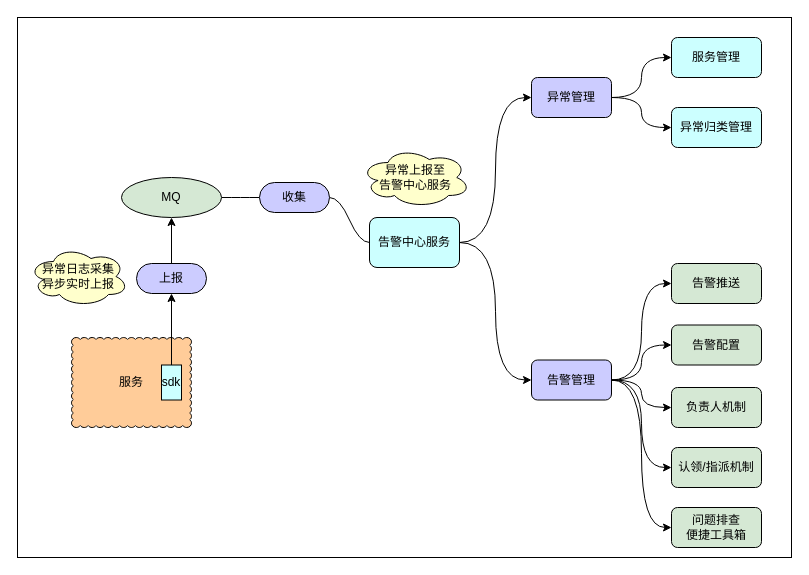
Above: page "第 5 页" (5 of 5) of 卖场/reentrantlock.drawio in lxcy-kdz/draw (draw.io), before the change. Source tidied: cells renumbered, new cells numbered last; positions are measured from the earlier drawing's top-left corner, leaving out a move shared by most shapes. Both pictures are drawn from the tidied source at 100%, with x=0, y=0 at pixel (17, 17).
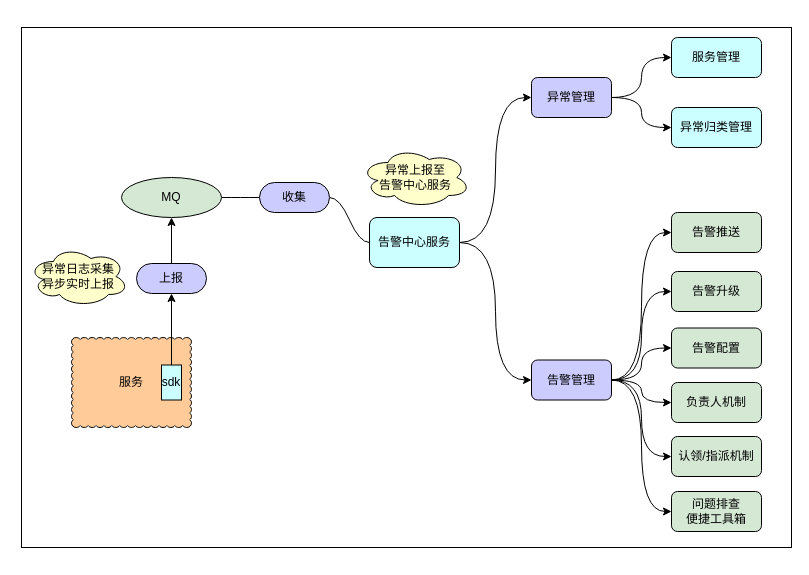
The same diagram, later.

Unchanged cells that the change refers to:
```xml
<mxCell id="27" value="告警管理" style="rounded=1;whiteSpace=wrap;html=1;fillColor=#CCCCFF;" parent="1" vertex="1">
  <mxGeometry x="514" y="342.5" width="80" height="40" as="geometry" />
</mxCell>
```

What changed in the source:
```diff
@@
     <mxCell id="2" style="rounded=0;whiteSpace=wrap;html=1;fillColor=#FFFFFF;" parent="1" vertex="1">
-      <mxGeometry width="774" height="540" as="geometry" />
+      <mxGeometry x="4" y="10" width="770" height="520" as="geometry" />
     </mxCell>
@@
+    <mxCell id="33" style="edgeStyle=orthogonalEdgeStyle;curved=1;rounded=0;jettySize=auto;html=1;exitX=1;exitY=0.5;exitDx=0;exitDy=0;entryX=0;entryY=0.5;entryDx=0;entryDy=0;" parent="1" edge="1" source="27" target="34">
+      <mxGeometry relative="1" as="geometry" />
+    </mxCell>
@@
     <mxCell id="28" value="告警推送" style="whiteSpace=wrap;html=1;rounded=1;fillColor=#D5E8D4;" parent="1" vertex="1">
-      <mxGeometry x="654" y="246" width="90" height="40" as="geometry" />
+      <mxGeometry x="654" y="195" width="90" height="40" as="geometry" />
     </mxCell>
     <mxCell id="29" value="负责人机制" style="whiteSpace=wrap;html=1;rounded=1;fillColor=#D5E8D4;" parent="1" vertex="1">
-      <mxGeometry x="654" y="370" width="90" height="40" as="geometry" />
+      <mxGeometry x="654" y="365" width="90" height="40" as="geometry" />
     </mxCell>
     <mxCell id="30" value="认领/指派机制" style="whiteSpace=wrap;html=1;rounded=1;fillColor=#D5E8D4;" parent="1" vertex="1">
-      <mxGeometry x="654" y="430" width="90" height="40" as="geometry" />
+      <mxGeometry x="654" y="419" width="90" height="40" as="geometry" />
     </mxCell>
     <mxCell id="31" value="问题排查&lt;br&gt;便捷工具箱" style="whiteSpace=wrap;html=1;rounded=1;fillColor=#D5E8D4;" parent="1" vertex="1">
-      <mxGeometry x="654" y="490" width="90" height="40" as="geometry" />
+      <mxGeometry x="654" y="474" width="90" height="40" as="geometry" />
     </mxCell>
     <mxCell id="32" value="告警配置" style="whiteSpace=wrap;html=1;rounded=1;fillColor=#D5E8D4;" parent="1" vertex="1">
-      <mxGeometry x="654" y="307.5" width="90" height="40" as="geometry" />
+      <mxGeometry x="654" y="310.5" width="90" height="40" as="geometry" />
     </mxCell>
+    <mxCell id="34" value="告警升级" style="whiteSpace=wrap;html=1;rounded=1;fillColor=#D5E8D4;" parent="1" vertex="1">
+      <mxGeometry x="654" y="254" width="90" height="40" as="geometry" />
+    </mxCell>
```
